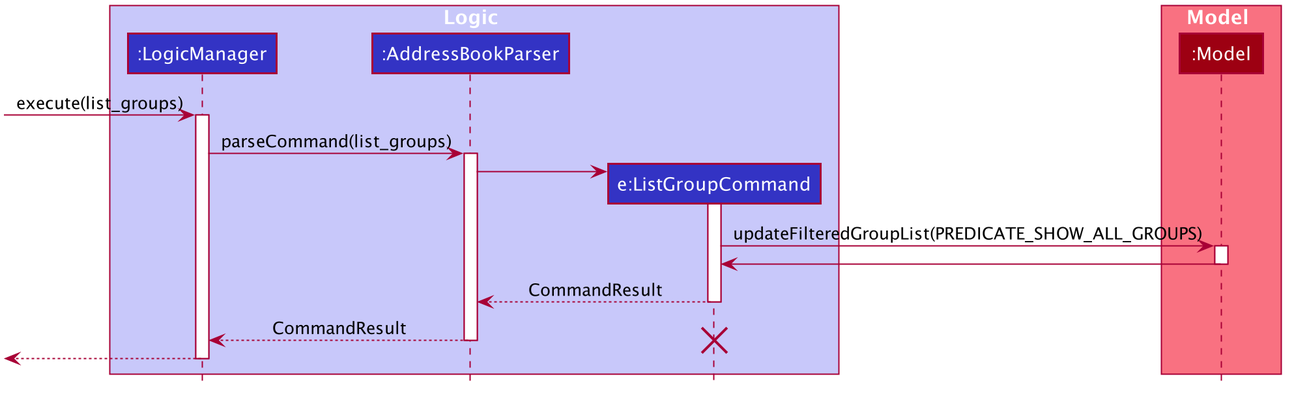
Above: docs/images/ListGroupSequenceDiagram.png in terencemah/main (PlantUML), before the change. Its diagram source:
```plantuml
@startuml








skinparam BackgroundColor #FFFFFFF

skinparam Shadowing false

skinparam Class {
    FontColor #FFFFFF
    BorderThickness 1
    BorderColor #FFFFFF
    StereotypeFontColor #FFFFFF
    FontName Arial
}

skinparam Actor {
    BorderColor #000000
    Color #000000
    FontName Arial
}

skinparam Sequence {
    MessageAlign center
    BoxFontSize 15
    BoxPadding 0
    BoxFontColor #FFFFFF
    FontName Arial
}

skinparam Participant {
    FontColor #FFFFFFF
    Padding 20
}

skinparam MinClassWidth 50
skinparam ParticipantPadding 10
skinparam Shadowing false
skinparam DefaultTextAlignment center
skinparam packageStyle Rectangle

hide footbox
hide members
hide circle

box Logic #C8C8FA
participant ":LogicManager" as LogicManager #3333C4
participant ":AddressBookParser" as AddressBookParser #3333C4
participant "e:ListGroupCommand" as ListGroupCommand #3333C4
end box

box Model #F97181
participant ":Model" as Model #9D0012
end box
[-> LogicManager : execute(list_groups)
activate LogicManager

LogicManager -> AddressBookParser : parseCommand(list_groups)
activate AddressBookParser

create ListGroupCommand
AddressBookParser -> ListGroupCommand
activate ListGroupCommand
ListGroupCommand -> Model : updateFilteredGroupList(PREDICATE_SHOW_ALL_GROUPS)
activate Model
Model -> ListGroupCommand
deactivate Model
ListGroupCommand --> AddressBookParser : CommandResult
deactivate ListGroupCommand
AddressBookParser --> LogicManager : CommandResult
destroy ListGroupCommand
deactivate AddressBookParser

[<--LogicManager
deactivate LogicManager
@enduml
```
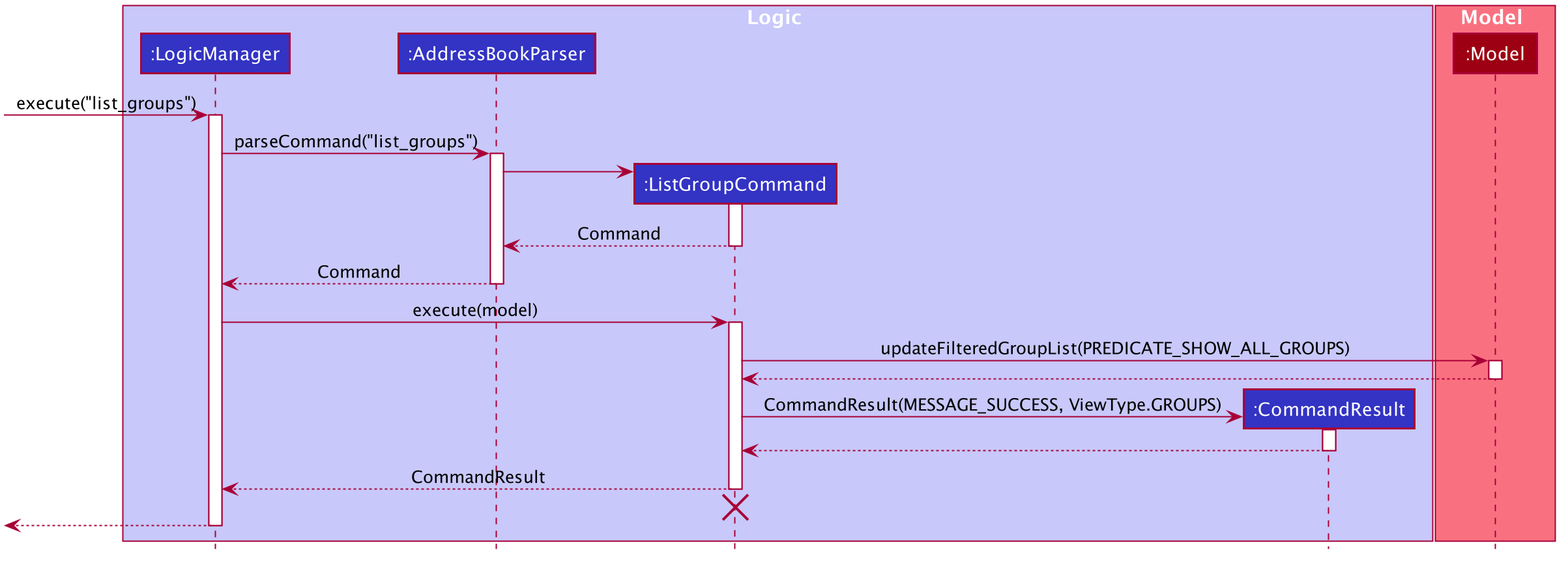
Later version of the same file.

Commit message:
Add modified sequence diagrams to DG

The edit, as a diff of the source:
```diff
@@ -51,28 +51,40 @@
 box Logic #C8C8FA
 participant ":LogicManager" as LogicManager #3333C4
 participant ":AddressBookParser" as AddressBookParser #3333C4
-participant "e:ListGroupCommand" as ListGroupCommand #3333C4
+participant ":ListGroupCommand" as ListGroupCommand #3333C4
+participant ":CommandResult" as CommandResult #3333C4
 end box
 
 box Model #F97181
 participant ":Model" as Model #9D0012
 end box
-[-> LogicManager : execute(list_groups)
+[-> LogicManager : execute("list_groups")
 activate LogicManager
 
-LogicManager -> AddressBookParser : parseCommand(list_groups)
+LogicManager -> AddressBookParser : parseCommand("list_groups")
 activate AddressBookParser
 
 create ListGroupCommand
 AddressBookParser -> ListGroupCommand
 activate ListGroupCommand
+ListGroupCommand --> AddressBookParser : Command
+deactivate ListGroupCommand
+AddressBookParser --> LogicManager : Command
+deactivate AddressBookParser
+LogicManager -> ListGroupCommand : execute(model)
+activate ListGroupCommand
 ListGroupCommand -> Model : updateFilteredGroupList(PREDICATE_SHOW_ALL_GROUPS)
 activate Model
-Model -> ListGroupCommand
+Model --> ListGroupCommand
 deactivate Model
-ListGroupCommand --> AddressBookParser : CommandResult
+create CommandResult
+ListGroupCommand -> CommandResult : CommandResult(MESSAGE_SUCCESS, ViewType.GROUPS)
+activate CommandResult
+CommandResult --> ListGroupCommand
+deactivate CommandResult
+ListGroupCommand --> LogicManager : CommandResult
 deactivate ListGroupCommand
-AddressBookParser --> LogicManager : CommandResult
+ListGroupCommand -[hidden]->
 destroy ListGroupCommand
 deactivate AddressBookParser
 
```
